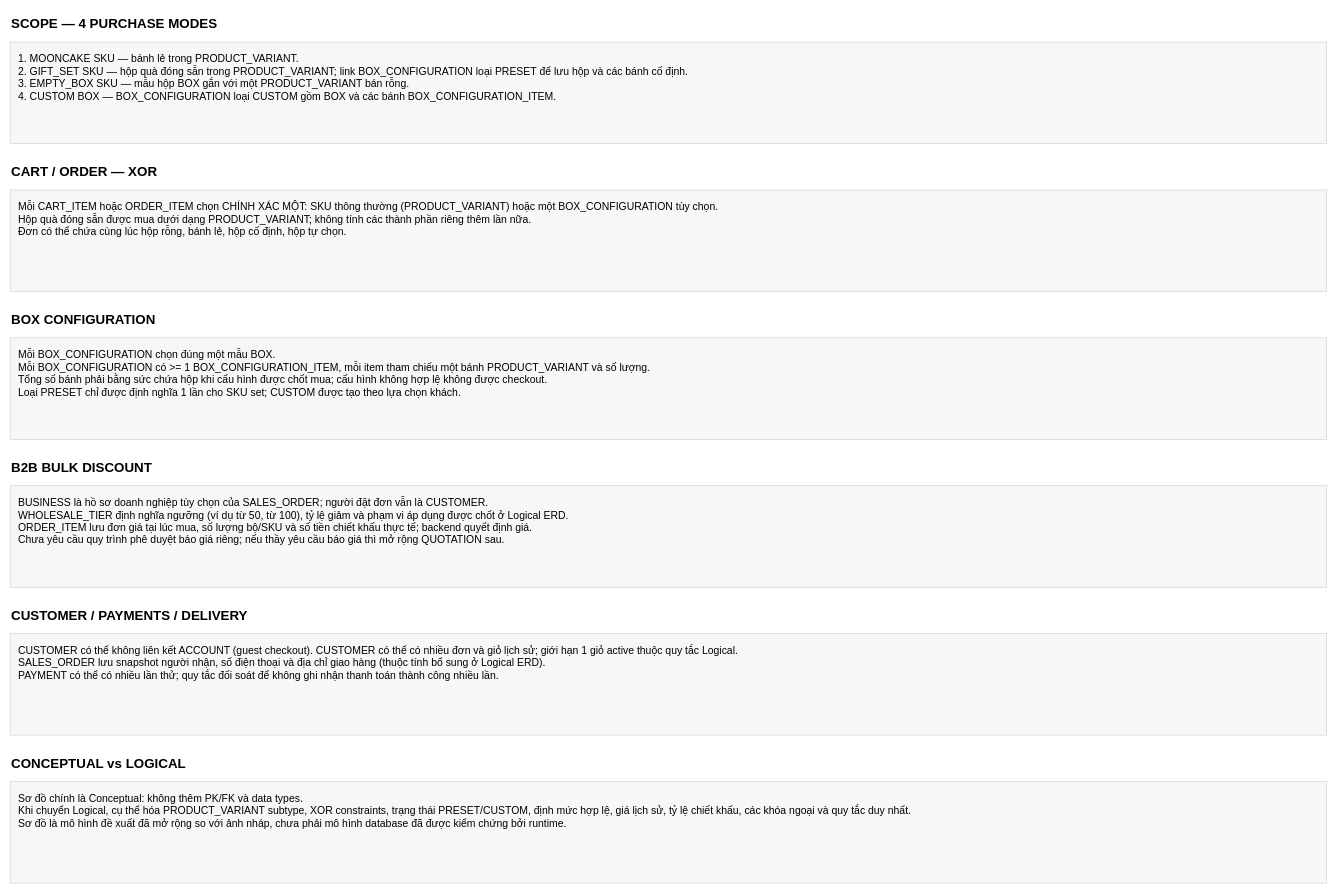
Above: page "Business rules & cardinalities" (2 of 2) of docs/MoonCake_Conceptual_ERD.drawio in YingKai0621/MoonCake_HSF302_Project (draw.io), before the change. Source tidied: cells renumbered, new cells numbered last; positions are measured from the earlier drawing's top-left corner, leaving out a move shared by most shapes. Both pictures are drawn from the tidied source at 58%, with x=0, y=0 at pixel (10, 10).
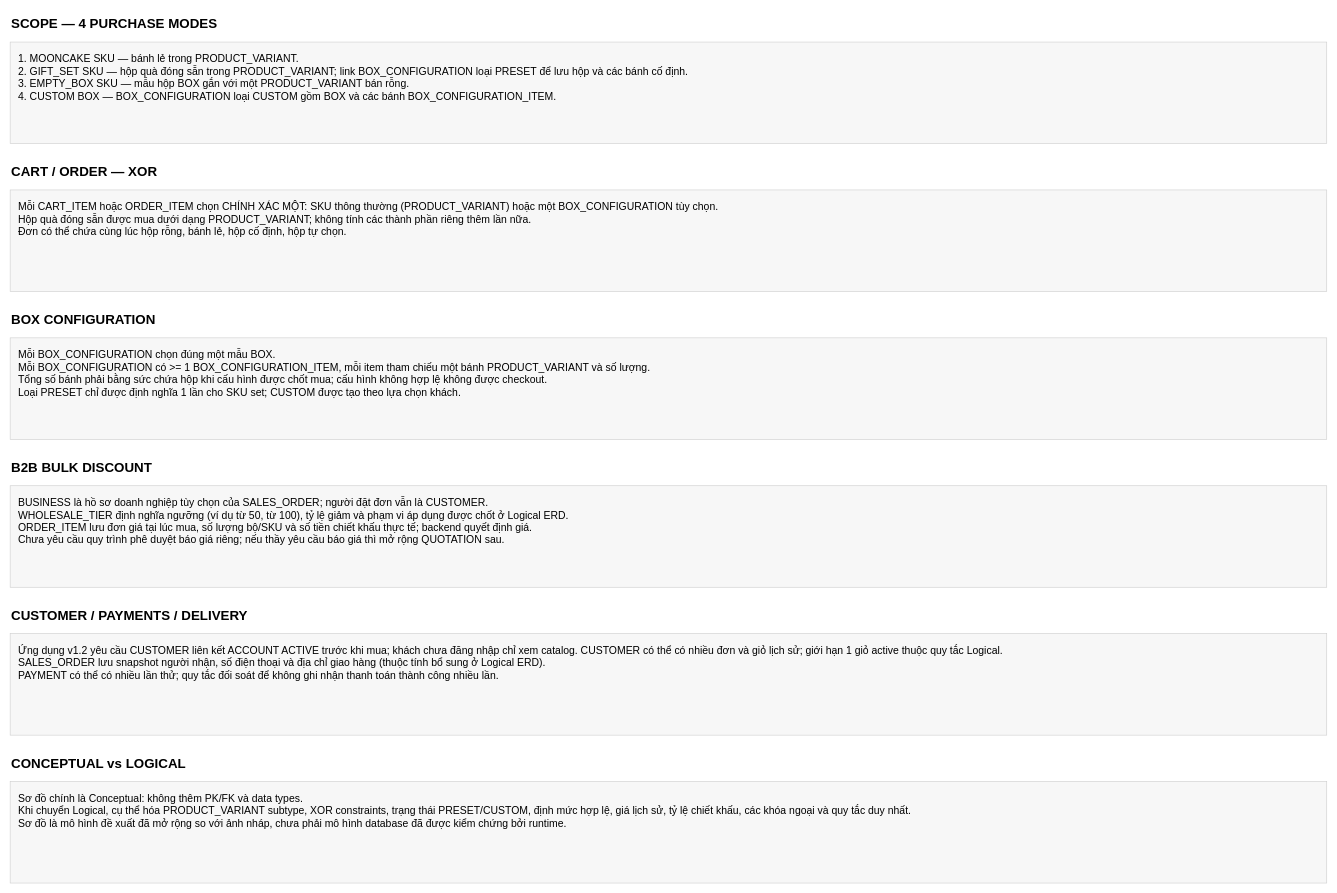
After the change.

Diff of the diagram source:
```diff
@@
 <mxGraphModel>
   <root>
     <mxCell id="0" />
     <mxCell id="1" parent="0" />
     <mxCell id="2" value="SCOPE — 4 PURCHASE MODES" style="text;html=1;fillColor=none;strokeColor=none;fontSize=23;fontFamily=Arial;fontStyle=1;align=left;verticalAlign=middle;" parent="1" vertex="1">
       <mxGeometry width="2200" height="48" as="geometry" />
     </mxCell>
     <mxCell id="3" value="1. MOONCAKE SKU — bánh lẻ trong PRODUCT_VARIANT.&lt;br&gt;2. GIFT_SET SKU — hộp quà đóng sẵn trong PRODUCT_VARIANT; link BOX_CONFIGURATION loại PRESET để lưu hộp và các bánh cố định.&lt;br&gt;3. EMPTY_BOX SKU — mẫu hộp BOX gắn với một PRODUCT_VARIANT bán rỗng.&lt;br&gt;4. CUSTOM BOX — BOX_CONFIGURATION loại CUSTOM gồm BOX và các bánh BOX_CONFIGURATION_ITEM." style="rounded=0;whiteSpace=wrap;html=1;fillColor=#f7f7f7;strokeColor=#cccccc;fontSize=18;fontFamily=Arial;align=left;verticalAlign=top;spacing=14;" parent="1" vertex="1">
       <mxGeometry y="55" width="2270" height="175" as="geometry" />
     </mxCell>
     <mxCell id="4" value="CART / ORDER — XOR" style="text;html=1;fillColor=none;strokeColor=none;fontSize=23;fontFamily=Arial;fontStyle=1;align=left;verticalAlign=middle;" parent="1" vertex="1">
       <mxGeometry y="255" width="2200" height="48" as="geometry" />
     </mxCell>
     <mxCell id="5" value="Mỗi CART_ITEM hoặc ORDER_ITEM chọn CHÍNH XÁC MỘT: SKU thông thường (PRODUCT_VARIANT) hoặc một BOX_CONFIGURATION tùy chọn.&lt;br&gt;Hộp quà đóng sẵn được mua dưới dạng PRODUCT_VARIANT; không tính các thành phần riêng thêm lần nữa.&lt;br&gt;Đơn có thể chứa cùng lúc hộp rỗng, bánh lẻ, hộp cố định, hộp tự chọn." style="rounded=0;whiteSpace=wrap;html=1;fillColor=#f7f7f7;strokeColor=#cccccc;fontSize=18;fontFamily=Arial;align=left;verticalAlign=top;spacing=14;" parent="1" vertex="1">
       <mxGeometry y="310" width="2270" height="175" as="geometry" />
     </mxCell>
     <mxCell id="6" value="BOX CONFIGURATION" style="text;html=1;fillColor=none;strokeColor=none;fontSize=23;fontFamily=Arial;fontStyle=1;align=left;verticalAlign=middle;" parent="1" vertex="1">
       <mxGeometry y="510" width="2200" height="48" as="geometry" />
     </mxCell>
     <mxCell id="7" value="Mỗi BOX_CONFIGURATION chọn đúng một mẫu BOX.&lt;br&gt;Mỗi BOX_CONFIGURATION có &gt;= 1 BOX_CONFIGURATION_ITEM, mỗi item tham chiếu một bánh PRODUCT_VARIANT và số lượng.&lt;br&gt;Tổng số bánh phải bằng sức chứa hộp khi cấu hình được chốt mua; cấu hình không hợp lệ không được checkout.&lt;br&gt;Loại PRESET chỉ được định nghĩa 1 lần cho SKU set; CUSTOM được tạo theo lựa chọn khách." style="rounded=0;whiteSpace=wrap;html=1;fillColor=#f7f7f7;strokeColor=#cccccc;fontSize=18;fontFamily=Arial;align=left;verticalAlign=top;spacing=14;" parent="1" vertex="1">
       <mxGeometry y="565" width="2270" height="175" as="geometry" />
     </mxCell>
     <mxCell id="8" value="B2B BULK DISCOUNT" style="text;html=1;fillColor=none;strokeColor=none;fontSize=23;fontFamily=Arial;fontStyle=1;align=left;verticalAlign=middle;" parent="1" vertex="1">
       <mxGeometry y="765" width="2200" height="48" as="geometry" />
     </mxCell>
     <mxCell id="9" value="BUSINESS là hồ sơ doanh nghiệp tùy chọn của SALES_ORDER; người đặt đơn vẫn là CUSTOMER.&lt;br&gt;WHOLESALE_TIER định nghĩa ngưỡng (ví dụ từ 50, từ 100), tỷ lệ giảm và phạm vi áp dụng được chốt ở Logical ERD.&lt;br&gt;ORDER_ITEM lưu đơn giá tại lúc mua, số lượng bộ/SKU và số tiền chiết khấu thực tế; backend quyết định giá.&lt;br&gt;Chưa yêu cầu quy trình phê duyệt báo giá riêng; nếu thầy yêu cầu báo giá thì mở rộng QUOTATION sau." style="rounded=0;whiteSpace=wrap;html=1;fillColor=#f7f7f7;strokeColor=#cccccc;fontSize=18;fontFamily=Arial;align=left;verticalAlign=top;spacing=14;" parent="1" vertex="1">
       <mxGeometry y="820" width="2270" height="175" as="geometry" />
     </mxCell>
     <mxCell id="10" value="CUSTOMER / PAYMENTS / DELIVERY" style="text;html=1;fillColor=none;strokeColor=none;fontSize=23;fontFamily=Arial;fontStyle=1;align=left;verticalAlign=middle;" parent="1" vertex="1">
       <mxGeometry y="1020" width="2200" height="48" as="geometry" />
     </mxCell>
-    <mxCell id="11" value="CUSTOMER có thể không liên kết ACCOUNT (guest checkout). CUSTOMER có thể có nhiều đơn và giỏ lịch sử; giới hạn 1 giỏ active thuộc quy tắc Logical.&lt;br&gt;SALES_ORDER lưu snapshot người nhận, số điện thoại và địa chỉ giao hàng (thuộc tính bổ sung ở Logical ERD).&lt;br&gt;PAYMENT có thể có nhiều lần thử; quy tắc đối soát để không ghi nhận thanh toán thành công nhiều lần." style="rounded=0;whiteSpace=wrap;html=1;fillColor=#f7f7f7;strokeColor=#cccccc;fontSize=18;fontFamily=Arial;align=left;verticalAlign=top;spacing=14;" parent="1" vertex="1">
+    <mxCell id="11" value="Ứng dụng v1.2 yêu cầu CUSTOMER liên kết ACCOUNT ACTIVE trước khi mua; khách chưa đăng nhập chỉ xem catalog. CUSTOMER có thể có nhiều đơn và giỏ lịch sử; giới hạn 1 giỏ active thuộc quy tắc Logical.&lt;br&gt;SALES_ORDER lưu snapshot người nhận, số điện thoại và địa chỉ giao hàng (thuộc tính bổ sung ở Logical ERD).&lt;br&gt;PAYMENT có thể có nhiều lần thử; quy tắc đối soát để không ghi nhận thanh toán thành công nhiều lần." style="rounded=0;whiteSpace=wrap;html=1;fillColor=#f7f7f7;strokeColor=#cccccc;fontSize=18;fontFamily=Arial;align=left;verticalAlign=top;spacing=14;" parent="1" vertex="1">
       <mxGeometry y="1075" width="2270" height="175" as="geometry" />
     </mxCell>
     <mxCell id="12" value="CONCEPTUAL vs LOGICAL" style="text;html=1;fillColor=none;strokeColor=none;fontSize=23;fontFamily=Arial;fontStyle=1;align=left;verticalAlign=middle;" parent="1" vertex="1">
       <mxGeometry y="1275" width="2200" height="48" as="geometry" />
     </mxCell>
     <mxCell id="13" value="Sơ đồ chính là Conceptual: không thêm PK/FK và data types.&lt;br&gt;Khi chuyển Logical, cụ thể hóa PRODUCT_VARIANT subtype, XOR constraints, trạng thái PRESET/CUSTOM, định mức hợp lệ, giá lịch sử, tỷ lệ chiết khấu, các khóa ngoại và quy tắc duy nhất.&lt;br&gt;Sơ đồ là mô hình đề xuất đã mở rộng so với ảnh nháp, chưa phải mô hình database đã được kiểm chứng bởi runtime." style="rounded=0;whiteSpace=wrap;html=1;fillColor=#f7f7f7;strokeColor=#cccccc;fontSize=18;fontFamily=Arial;align=left;verticalAlign=top;spacing=14;" parent="1" vertex="1">
       <mxGeometry y="1330" width="2270" height="175" as="geometry" />
     </mxCell>
   </root>
 </mxGraphModel>
```
